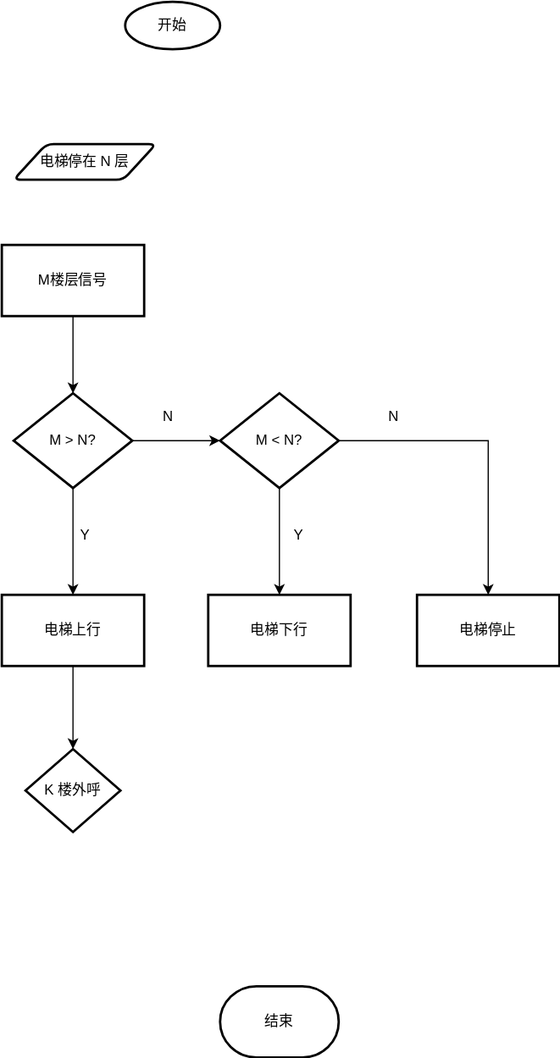
Earlier version of the draw.io export Draw.io/PLC控制四层电梯程序流程图.drawio.svg (InoryLwc/ConfigRepo). Source tidied: cells renumbered, new cells last; positions are measured from the earlier drawing's top-left corner, leaving out a move shared by most shapes. Source of this version:
```xml
<mxGraphModel>
  <root>
    <mxCell id="0" />
    <mxCell id="1" parent="0" />
    <mxCell id="2" value="开始" style="strokeWidth=2;html=1;shape=mxgraph.flowchart.start_1;whiteSpace=wrap;" parent="1" vertex="1">
      <mxGeometry x="104" width="80" height="40" as="geometry" />
    </mxCell>
    <mxCell id="3" value="电梯停在 N 层" style="shape=parallelogram;html=1;strokeWidth=2;perimeter=parallelogramPerimeter;whiteSpace=wrap;rounded=1;arcSize=12;size=0.23;" parent="1" vertex="1">
      <mxGeometry x="10" y="120" width="120" height="30" as="geometry" />
    </mxCell>
    <mxCell id="4" style="edgeStyle=orthogonalEdgeStyle;rounded=0;jettySize=auto;html=1;" parent="1" edge="1" source="5" target="8">
      <mxGeometry relative="1" as="geometry" />
    </mxCell>
    <mxCell id="5" value="M楼层信号" style="whiteSpace=wrap;html=1;rounded=1;strokeWidth=2;arcSize=0;" parent="1" vertex="1">
      <mxGeometry y="205" width="120" height="60" as="geometry" />
    </mxCell>
    <mxCell id="6" style="edgeStyle=orthogonalEdgeStyle;rounded=0;jettySize=auto;html=1;" parent="1" edge="1" source="8" target="10">
      <mxGeometry relative="1" as="geometry" />
    </mxCell>
    <mxCell id="7" style="edgeStyle=orthogonalEdgeStyle;rounded=0;jettySize=auto;html=1;entryX=0;entryY=0.5;entryDx=0;entryDy=0;" parent="1" edge="1" source="8" target="14">
      <mxGeometry relative="1" as="geometry" />
    </mxCell>
    <mxCell id="8" value="M &amp;gt; N?" style="rhombus;whiteSpace=wrap;html=1;rounded=1;strokeWidth=2;arcSize=0;" parent="1" vertex="1">
      <mxGeometry x="10" y="330" width="100" height="80" as="geometry" />
    </mxCell>
    <mxCell id="9" style="edgeStyle=orthogonalEdgeStyle;rounded=0;jettySize=auto;html=1;" parent="1" edge="1" source="10" target="20">
      <mxGeometry relative="1" as="geometry" />
    </mxCell>
    <mxCell id="10" value="电梯上行" style="whiteSpace=wrap;html=1;rounded=1;strokeWidth=2;arcSize=0;" parent="1" vertex="1">
      <mxGeometry y="500" width="120" height="60" as="geometry" />
    </mxCell>
    <mxCell id="11" value="Y" style="text;html=1;align=center;verticalAlign=middle;strokeColor=none;fillColor=none;" parent="1" vertex="1">
      <mxGeometry x="60" y="440" width="20" height="20" as="geometry" />
    </mxCell>
    <mxCell id="12" style="edgeStyle=orthogonalEdgeStyle;rounded=0;jettySize=auto;html=1;" parent="1" edge="1" source="14" target="15">
      <mxGeometry relative="1" as="geometry" />
    </mxCell>
    <mxCell id="13" style="edgeStyle=orthogonalEdgeStyle;rounded=0;jettySize=auto;html=1;" parent="1" edge="1" source="14" target="16">
      <mxGeometry relative="1" as="geometry" />
    </mxCell>
    <mxCell id="14" value="M &amp;lt; N?" style="rhombus;whiteSpace=wrap;html=1;rounded=1;strokeWidth=2;arcSize=0;" parent="1" vertex="1">
      <mxGeometry x="184" y="330" width="100" height="80" as="geometry" />
    </mxCell>
    <mxCell id="15" value="电梯下行" style="whiteSpace=wrap;html=1;rounded=1;strokeWidth=2;arcSize=0;" parent="1" vertex="1">
      <mxGeometry x="174" y="500" width="120" height="60" as="geometry" />
    </mxCell>
    <mxCell id="16" value="电梯停止" style="whiteSpace=wrap;html=1;rounded=1;strokeWidth=2;arcSize=0;" parent="1" vertex="1">
      <mxGeometry x="350" y="500" width="120" height="60" as="geometry" />
    </mxCell>
    <mxCell id="17" value="N" style="text;html=1;align=center;verticalAlign=middle;strokeColor=none;fillColor=none;" parent="1" vertex="1">
      <mxGeometry x="130" y="340" width="20" height="20" as="geometry" />
    </mxCell>
    <mxCell id="18" value="N" style="text;html=1;align=center;verticalAlign=middle;strokeColor=none;fillColor=none;" parent="1" vertex="1">
      <mxGeometry x="320" y="340" width="20" height="20" as="geometry" />
    </mxCell>
    <mxCell id="19" value="Y" style="text;html=1;align=center;verticalAlign=middle;strokeColor=none;fillColor=none;" parent="1" vertex="1">
      <mxGeometry x="240" y="440" width="20" height="20" as="geometry" />
    </mxCell>
    <mxCell id="20" value="K 楼外呼" style="rhombus;whiteSpace=wrap;html=1;rounded=1;strokeWidth=2;arcSize=0;" parent="1" vertex="1">
      <mxGeometry x="20" y="630" width="80" height="70" as="geometry" />
    </mxCell>
    <mxCell id="21" value="结束" style="strokeWidth=2;html=1;shape=mxgraph.flowchart.terminator;whiteSpace=wrap;" parent="1" vertex="1">
      <mxGeometry x="184" y="830" width="100" height="60" as="geometry" />
    </mxCell>
  </root>
</mxGraphModel>
```
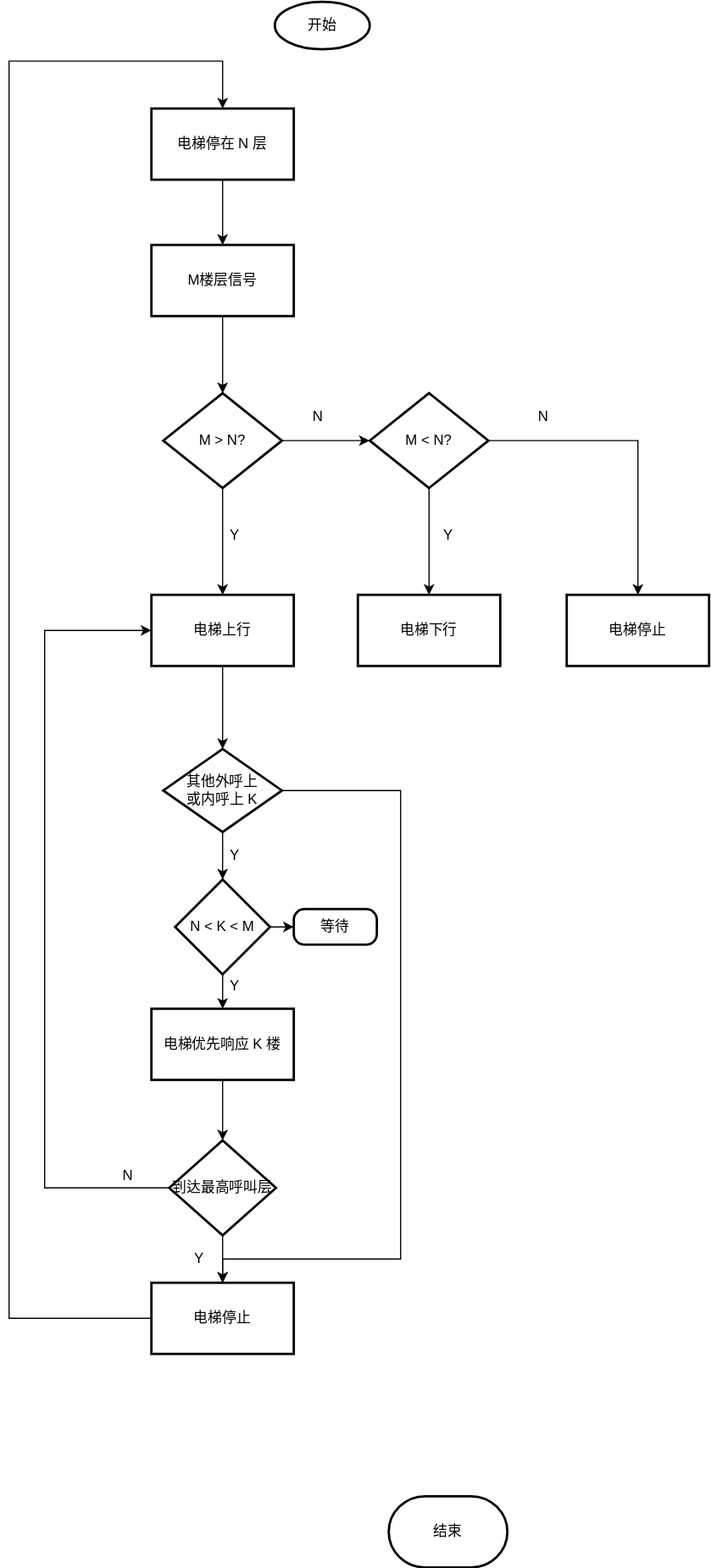
Above is the later version.

Commit message:
更新PLC控制四层电梯程序流程图.drawio.svg

The edit, as a diff of the source:
```diff
@@ -5,9 +5,9 @@
     <mxCell id="2" value="开始" style="strokeWidth=2;html=1;shape=mxgraph.flowchart.start_1;whiteSpace=wrap;" parent="1" vertex="1">
       <mxGeometry x="104" width="80" height="40" as="geometry" />
     </mxCell>
-    <mxCell id="3" value="电梯停在 N 层" style="shape=parallelogram;html=1;strokeWidth=2;perimeter=parallelogramPerimeter;whiteSpace=wrap;rounded=1;arcSize=12;size=0.23;" parent="1" vertex="1">
-      <mxGeometry x="10" y="120" width="120" height="30" as="geometry" />
-    </mxCell>
+    <mxCell id="22" style="edgeStyle=orthogonalEdgeStyle;rounded=0;jettySize=auto;html=1;exitX=0.5;exitY=1;exitDx=0;exitDy=0;entryX=0.5;entryY=0;entryDx=0;entryDy=0;" parent="1" edge="1" source="3" target="5">
+      <mxGeometry relative="1" as="geometry" />
+    </mxCell>
     <mxCell id="4" style="edgeStyle=orthogonalEdgeStyle;rounded=0;jettySize=auto;html=1;" parent="1" edge="1" source="5" target="8">
       <mxGeometry relative="1" as="geometry" />
     </mxCell>
@@ -56,11 +56,82 @@
     <mxCell id="19" value="Y" style="text;html=1;align=center;verticalAlign=middle;strokeColor=none;fillColor=none;" parent="1" vertex="1">
       <mxGeometry x="240" y="440" width="20" height="20" as="geometry" />
     </mxCell>
+    <mxCell id="23" style="edgeStyle=orthogonalEdgeStyle;rounded=0;jettySize=auto;html=1;" parent="1" edge="1" source="20" target="27">
+      <mxGeometry relative="1" as="geometry" />
+    </mxCell>
+    <mxCell id="24" style="edgeStyle=orthogonalEdgeStyle;rounded=0;jettySize=auto;html=1;exitX=1;exitY=0.5;exitDx=0;exitDy=0;entryX=0.5;entryY=0;entryDx=0;entryDy=0;" parent="1" edge="1" source="20" target="34">
+      <mxGeometry relative="1" as="geometry">
+        <Array as="points">
+          <mxPoint x="210" y="665" />
+          <mxPoint x="210" y="1060" />
+          <mxPoint x="60" y="1060" />
+        </Array>
+      </mxGeometry>
+    </mxCell>
-    <mxCell id="20" value="K 楼外呼" style="rhombus;whiteSpace=wrap;html=1;rounded=1;strokeWidth=2;arcSize=0;" parent="1" vertex="1">
-      <mxGeometry x="20" y="630" width="80" height="70" as="geometry" />
+    <mxCell id="20" value="其他外呼上&lt;br&gt;或内呼上 K" style="rhombus;whiteSpace=wrap;html=1;rounded=1;strokeWidth=2;arcSize=0;" parent="1" vertex="1">
+      <mxGeometry x="10" y="630" width="100" height="70" as="geometry" />
     </mxCell>
     <mxCell id="21" value="结束" style="strokeWidth=2;html=1;shape=mxgraph.flowchart.terminator;whiteSpace=wrap;" parent="1" vertex="1">
-      <mxGeometry x="184" y="830" width="100" height="60" as="geometry" />
+      <mxGeometry x="200" y="1260" width="100" height="60" as="geometry" />
     </mxCell>
+    <mxCell id="25" style="edgeStyle=orthogonalEdgeStyle;rounded=0;jettySize=auto;html=1;" parent="1" edge="1" source="27" target="29">
+      <mxGeometry relative="1" as="geometry" />
+    </mxCell>
+    <mxCell id="26" style="edgeStyle=orthogonalEdgeStyle;rounded=0;jettySize=auto;html=1;" parent="1" edge="1" source="27" target="39">
+      <mxGeometry relative="1" as="geometry" />
+    </mxCell>
+    <mxCell id="27" value="N &amp;lt; K &amp;lt; M" style="rhombus;whiteSpace=wrap;html=1;rounded=1;strokeWidth=2;arcSize=0;" parent="1" vertex="1">
+      <mxGeometry x="20" y="740" width="80" height="80" as="geometry" />
+    </mxCell>
+    <mxCell id="28" style="edgeStyle=orthogonalEdgeStyle;rounded=0;jettySize=auto;html=1;" parent="1" edge="1" source="29" target="32">
+      <mxGeometry relative="1" as="geometry" />
+    </mxCell>
+    <mxCell id="29" value="电梯优先响应 K 楼" style="whiteSpace=wrap;html=1;rounded=1;strokeWidth=2;arcSize=0;" parent="1" vertex="1">
+      <mxGeometry y="849" width="120" height="60" as="geometry" />
+    </mxCell>
+    <mxCell id="30" style="edgeStyle=orthogonalEdgeStyle;rounded=0;jettySize=auto;html=1;" parent="1" edge="1" source="32" target="34">
+      <mxGeometry relative="1" as="geometry" />
+    </mxCell>
+    <mxCell id="31" style="edgeStyle=orthogonalEdgeStyle;rounded=0;jettySize=auto;html=1;exitX=0;exitY=0.5;exitDx=0;exitDy=0;entryX=0;entryY=0.5;entryDx=0;entryDy=0;" parent="1" edge="1" source="32" target="10">
+      <mxGeometry relative="1" as="geometry">
+        <Array as="points">
+          <mxPoint x="-90" y="1000" />
+          <mxPoint x="-90" y="530" />
+        </Array>
+      </mxGeometry>
+    </mxCell>
+    <mxCell id="32" value="到达最高呼叫层" style="rhombus;whiteSpace=wrap;html=1;rounded=1;strokeWidth=2;arcSize=0;" parent="1" vertex="1">
+      <mxGeometry x="15" y="960" width="90" height="80" as="geometry" />
+    </mxCell>
+    <mxCell id="33" style="edgeStyle=orthogonalEdgeStyle;rounded=0;jettySize=auto;html=1;exitX=0;exitY=0.5;exitDx=0;exitDy=0;entryX=0.5;entryY=0;entryDx=0;entryDy=0;" parent="1" edge="1" source="34" target="3">
+      <mxGeometry relative="1" as="geometry">
+        <Array as="points">
+          <mxPoint x="-120" y="1110" />
+          <mxPoint x="-120" y="50" />
+          <mxPoint x="60" y="50" />
+        </Array>
+      </mxGeometry>
+    </mxCell>
+    <mxCell id="34" value="电梯停止" style="whiteSpace=wrap;html=1;rounded=1;strokeWidth=2;arcSize=0;" parent="1" vertex="1">
+      <mxGeometry y="1080" width="120" height="60" as="geometry" />
+    </mxCell>
+    <mxCell id="35" value="N" style="text;html=1;align=center;verticalAlign=middle;strokeColor=none;fillColor=none;" parent="1" vertex="1">
+      <mxGeometry x="-30" y="980" width="20" height="20" as="geometry" />
+    </mxCell>
+    <mxCell id="36" value="Y" style="text;html=1;align=center;verticalAlign=middle;strokeColor=none;fillColor=none;" parent="1" vertex="1">
+      <mxGeometry x="30" y="1050" width="20" height="20" as="geometry" />
+    </mxCell>
+    <mxCell id="37" value="Y" style="text;html=1;align=center;verticalAlign=middle;strokeColor=none;fillColor=none;" parent="1" vertex="1">
+      <mxGeometry x="60" y="710" width="20" height="20" as="geometry" />
+    </mxCell>
+    <mxCell id="38" value="Y" style="text;html=1;align=center;verticalAlign=middle;strokeColor=none;fillColor=none;" parent="1" vertex="1">
+      <mxGeometry x="60" y="820" width="20" height="20" as="geometry" />
+    </mxCell>
+    <mxCell id="3" value="电梯停在 N 层" style="whiteSpace=wrap;html=1;rounded=1;strokeWidth=2;arcSize=0;" parent="1" vertex="1">
+      <mxGeometry y="90" width="120" height="60" as="geometry" />
+    </mxCell>
+    <mxCell id="39" value="等待" style="whiteSpace=wrap;html=1;rounded=1;strokeWidth=2;arcSize=30;" parent="1" vertex="1">
+      <mxGeometry x="120" y="765" width="70" height="30" as="geometry" />
+    </mxCell>
   </root>
 </mxGraphModel>
```
